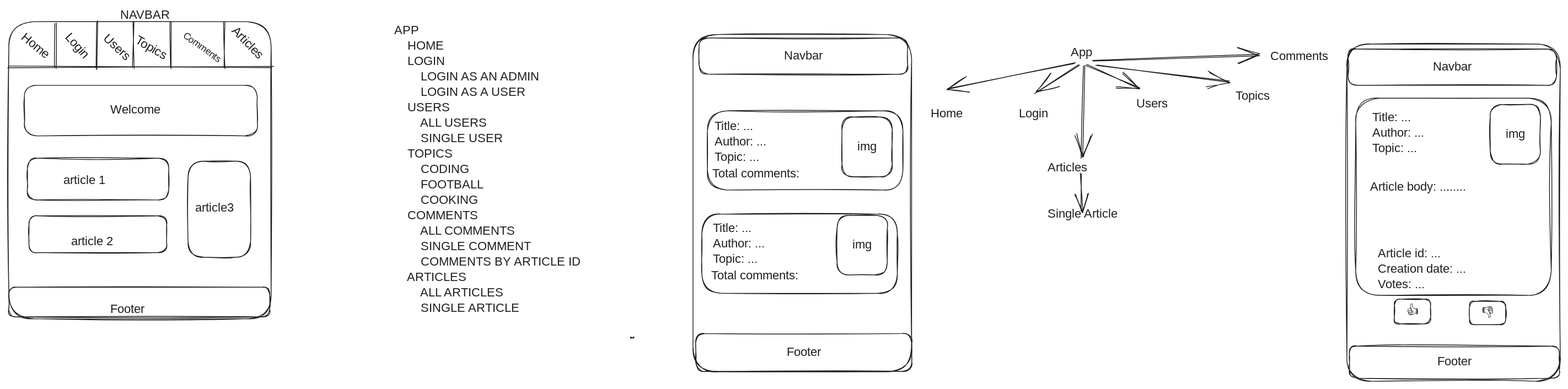
The Excalidraw diagram .excalidraw.svg in yusufhalilyusuf/fe-nc-news, before a commit. Source tidied: one line per element, renumbered; positions are measured from the earlier drawing's top-left corner, leaving out a move shared by most shapes.
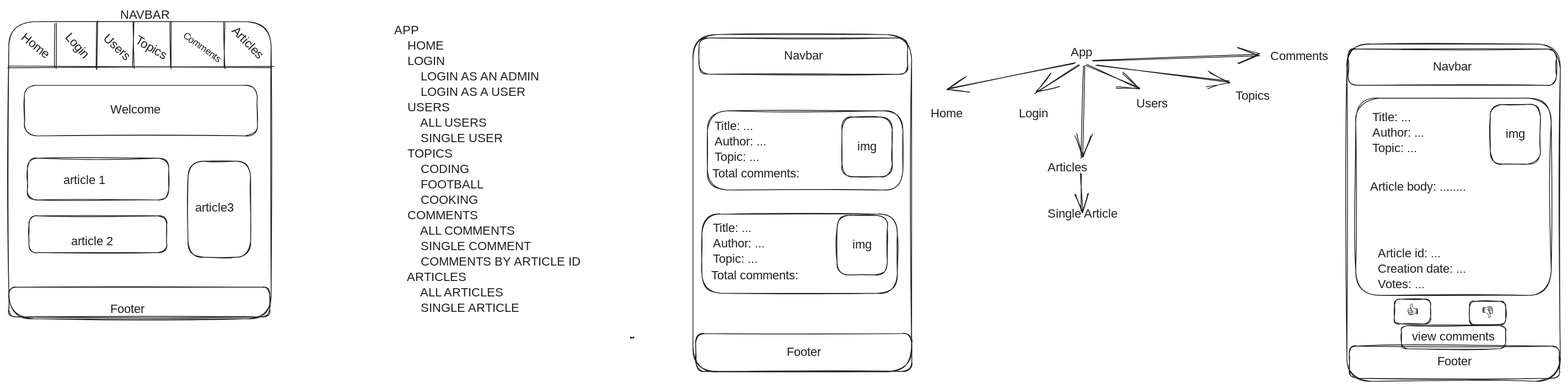
Later version of the same file.

Change to the diagram source:
```diff
@@ -68,3 +68,5 @@
 {"id": 67, "type": "text", "text": "Footer", "strokeColor": "#1e1e1e", "strokeWidth": 1, "roughness": 1, "fontSize": 16, "fontFamily": 1, "textAlign": "center", "verticalAlign": "middle", "inside": 66, "x": 1004, "y": 437, "width": 52, "height": 20}
 {"id": 68, "type": "rectangle", "strokeColor": "#1e1e1e", "strokeWidth": 1, "roughness": 1, "round": true, "x": 1737, "y": 439, "width": 272, "height": 42}
 {"id": 69, "type": "text", "text": "Footer", "strokeColor": "#1e1e1e", "strokeWidth": 1, "roughness": 1, "fontSize": 16, "fontFamily": 1, "textAlign": "center", "verticalAlign": "middle", "inside": 68, "x": 1847, "y": 449, "width": 52, "height": 20}
+{"id": 70, "type": "rectangle", "strokeColor": "#1e1e1e", "strokeWidth": 1, "roughness": 1, "round": true, "x": 1804, "y": 412, "width": 135, "height": 30}
+{"id": 71, "type": "text", "text": "view comments", "strokeColor": "#1e1e1e", "strokeWidth": 1, "roughness": 1, "fontSize": 16, "fontFamily": 1, "textAlign": "center", "verticalAlign": "middle", "inside": 70, "x": 1817, "y": 417, "width": 109, "height": 20}
```
